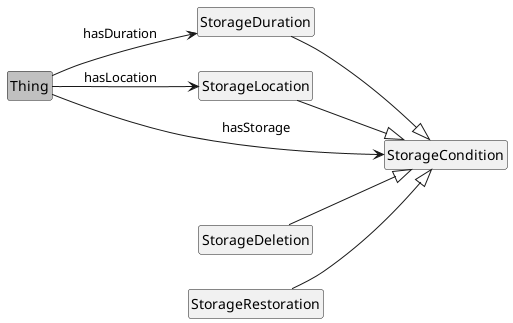
Earlier version of the PlantUML export media/overview_Storage.png (jeswr/dpv). Its diagram source:
```plantuml
@startuml
!include style.plantuml
left to right direction

class Thing #silver
class StorageDuration
class StorageLocation
class StorageDeletion
class StorageRestoration
class StorageCondition

Thing --> StorageCondition: hasStorage
Thing --> StorageDuration : hasDuration
Thing --> StorageLocation: hasLocation

StorageDuration --|> StorageCondition
StorageLocation --|> StorageCondition
StorageDeletion --|> StorageCondition
StorageRestoration --|> StorageCondition

@enduml
```
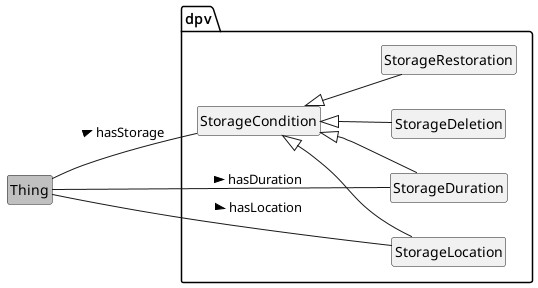
Above is the later version.

The edit, as a diff of the source:
```diff
@@ -3,19 +3,20 @@
 left to right direction
 
 class Thing #silver
-class StorageDuration
-class StorageLocation
-class StorageDeletion
-class StorageRestoration
-class StorageCondition
+package dpv {
+	class StorageDuration
+	class StorageLocation
+	class StorageDeletion
+	class StorageRestoration
+	class StorageCondition
+}
+Thing -- StorageCondition: hasStorage >
+Thing -- StorageDuration : hasDuration >
+Thing -- StorageLocation: hasLocation >
 
-Thing --> StorageCondition: hasStorage
-Thing --> StorageDuration : hasDuration
-Thing --> StorageLocation: hasLocation
-
-StorageDuration --|> StorageCondition
-StorageLocation --|> StorageCondition
-StorageDeletion --|> StorageCondition
-StorageRestoration --|> StorageCondition
+StorageCondition <|-- StorageDuration
+StorageCondition <|-- StorageLocation
+StorageCondition <|-- StorageDeletion
+StorageCondition <|-- StorageRestoration
 
 @enduml
```
